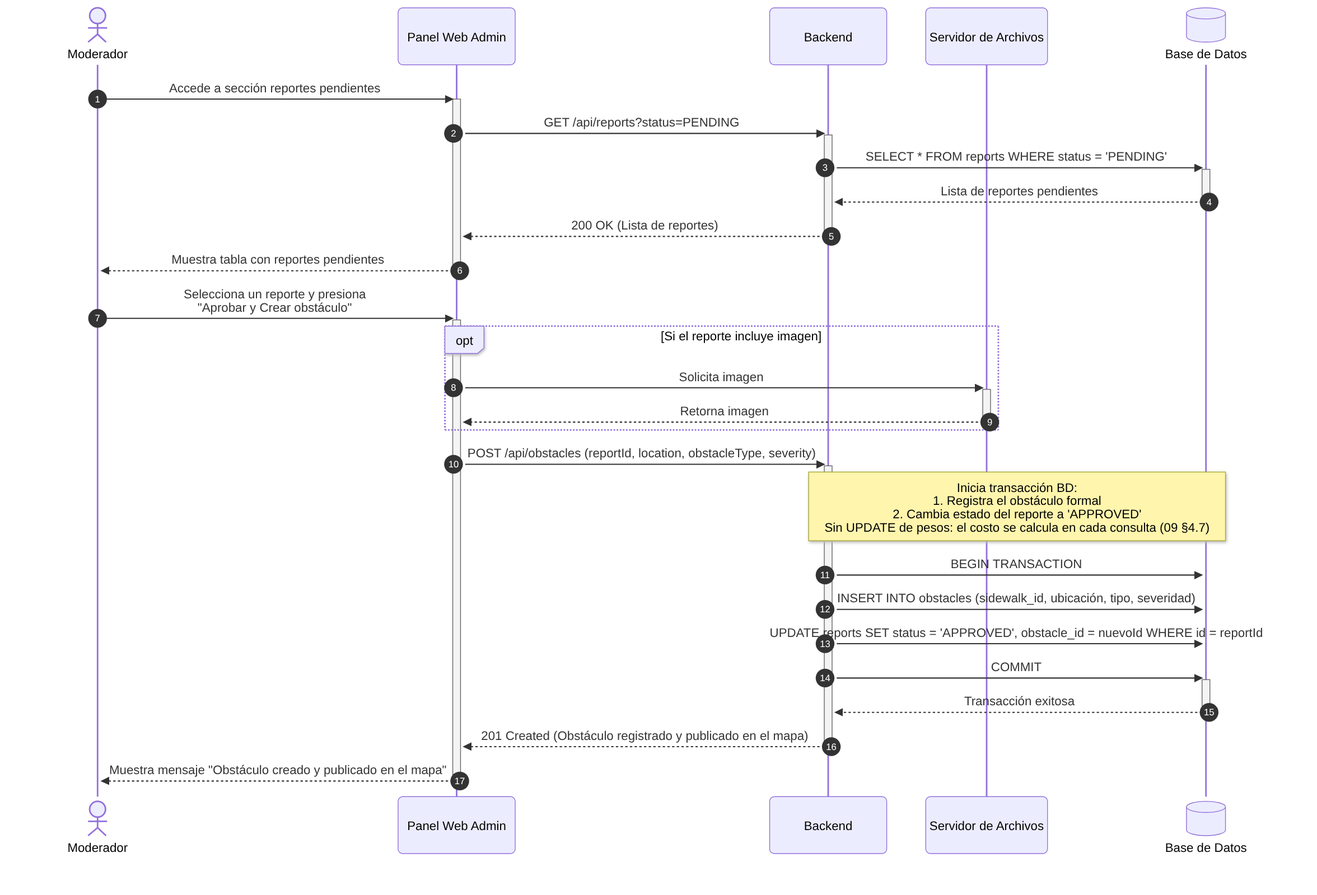
Before: docs/diagrams/imgs/03-seq-C012.png, a diagram exported from Mermaid (BLP-Technologies/rodando-x-mza). Its source is kept beside it as docs/diagrams/03-seq-C012.mmd.
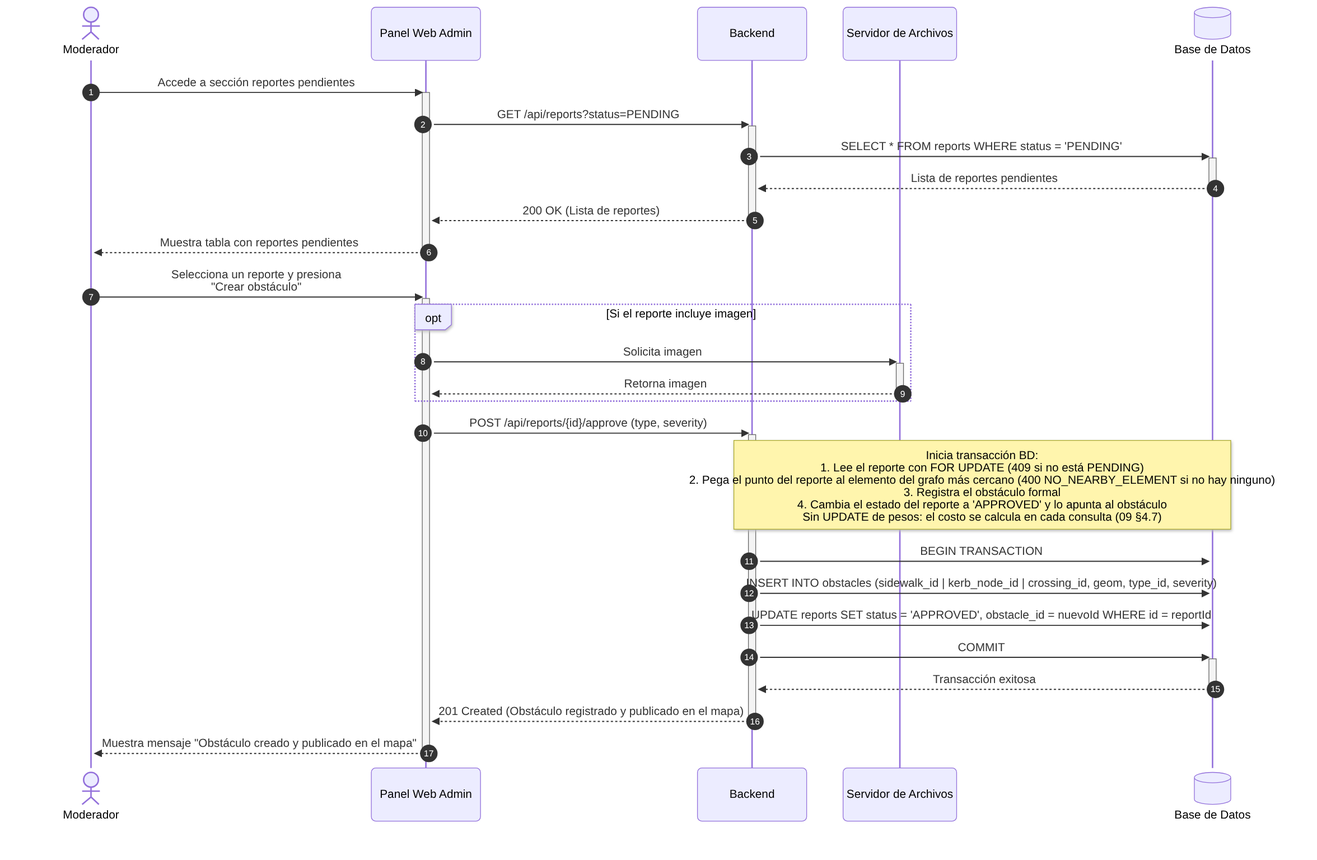
The same diagram one commit later.

What changed in the source:
```diff
@@ -25,7 +25,7 @@
     UI -->> M: Muestra tabla con reportes pendientes
     deactivate UI
 
-    M ->> UI: Selecciona un reporte y presiona<br/>"Aprobar y Crear obstáculo"
+    M ->> UI: Selecciona un reporte y presiona<br/>"Crear obstáculo"
 
     activate UI
 
@@ -36,14 +36,14 @@
         deactivate ST
     end
 
-    UI ->> B: POST /api/obstacles (reportId, location, obstacleType, severity)
+    UI ->> B: POST /api/reports/{id}/approve (type, severity)
 
     activate B
 
-    Note over B,DB: Inicia transacción BD:<br/>1. Registra el obstáculo formal<br/>2. Cambia estado del reporte a 'APPROVED'<br/>Sin UPDATE de pesos: el costo se calcula en cada consulta (09 §4.7)
+    Note over B,DB: Inicia transacción BD:<br/>1. Lee el reporte con FOR UPDATE (409 si no está PENDING)<br/>2. Pega el punto del reporte al elemento del grafo más cercano (400 NO_NEARBY_ELEMENT si no hay ninguno)<br/>3. Registra el obstáculo formal<br/>4. Cambia el estado del reporte a 'APPROVED' y lo apunta al obstáculo<br/>Sin UPDATE de pesos: el costo se calcula en cada consulta (09 §4.7)
 
     B ->> DB: BEGIN TRANSACTION
-    B ->> DB: INSERT INTO obstacles (sidewalk_id, ubicación, tipo, severidad)
+    B ->> DB: INSERT INTO obstacles (sidewalk_id | kerb_node_id | crossing_id, geom, type_id, severity)
     B ->> DB: UPDATE reports SET status = 'APPROVED', obstacle_id = nuevoId WHERE id = reportId
     B ->> DB: COMMIT
 
```
